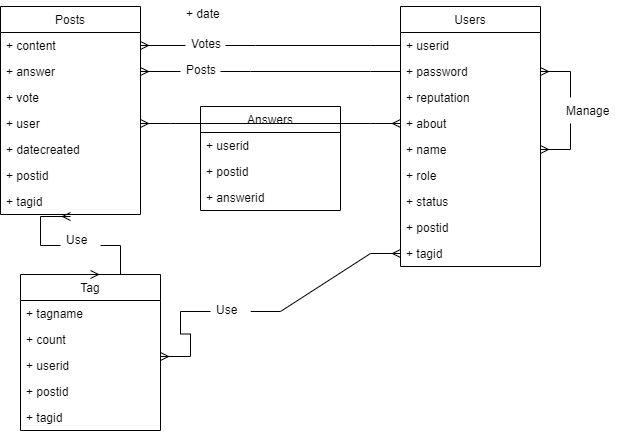
The draw.io diagram Untitled Diagram.drawio.png in dnhaa/QnAPortal, before a commit. Source tidied: cells renumbered, new cells last; positions are measured from the earlier drawing's top-left corner, leaving out a move shared by most shapes.
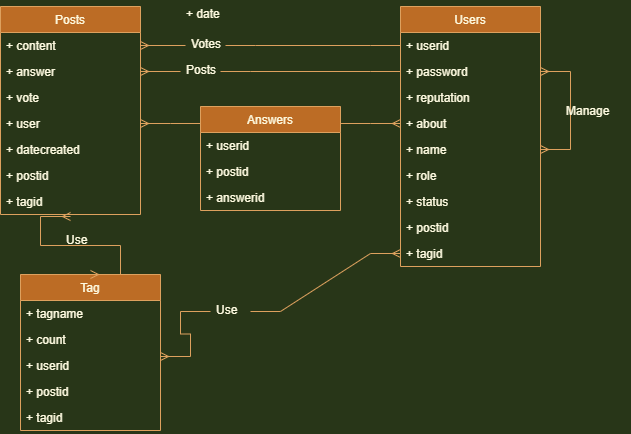
Later version of the same file.

Diff of the diagram source:
```diff
@@ -1,138 +1,138 @@
-<mxGraphModel>
+<mxGraphModel background="#283618">
   <root>
     <mxCell id="0" />
     <mxCell id="1" parent="0" />
-    <mxCell id="2" value="Users" style="swimlane;fontStyle=0;horizontal=1;startSize=26;fillColor=none;" parent="1" vertex="1">
+    <mxCell id="2" value="Users" style="swimlane;fontStyle=0;horizontal=1;startSize=26;fillColor=#BC6C25;strokeColor=#DDA15E;fontColor=#FEFAE0;" parent="1" vertex="1">
       <mxGeometry x="400" y="6" width="140" height="260" as="geometry" />
     </mxCell>
-    <mxCell id="3" value="+ userid" style="text;strokeColor=none;fillColor=none;align=left;verticalAlign=top;spacingLeft=4;spacingRight=4;overflow=hidden;points=[[0,0.5],[1,0.5]];portConstraint=eastwest;" parent="2" vertex="1">
+    <mxCell id="3" value="+ userid" style="text;align=left;verticalAlign=top;spacingLeft=4;spacingRight=4;overflow=hidden;points=[[0,0.5],[1,0.5]];portConstraint=eastwest;fontColor=#FEFAE0;" parent="2" vertex="1">
       <mxGeometry y="26" width="140" height="26" as="geometry" />
     </mxCell>
-    <mxCell id="4" value="+ password" style="text;strokeColor=none;fillColor=none;align=left;verticalAlign=top;spacingLeft=4;spacingRight=4;overflow=hidden;points=[[0,0.5],[1,0.5]];portConstraint=eastwest;" parent="2" vertex="1">
+    <mxCell id="4" value="+ password" style="text;align=left;verticalAlign=top;spacingLeft=4;spacingRight=4;overflow=hidden;points=[[0,0.5],[1,0.5]];portConstraint=eastwest;fontColor=#FEFAE0;" parent="2" vertex="1">
       <mxGeometry y="52" width="140" height="26" as="geometry" />
     </mxCell>
-    <mxCell id="5" value="+ reputation" style="text;strokeColor=none;fillColor=none;align=left;verticalAlign=top;spacingLeft=4;spacingRight=4;overflow=hidden;" parent="2" vertex="1">
+    <mxCell id="5" value="+ reputation" style="text;align=left;verticalAlign=top;spacingLeft=4;spacingRight=4;overflow=hidden;fontColor=#FEFAE0;" parent="2" vertex="1">
       <mxGeometry y="78" width="140" height="26" as="geometry" />
     </mxCell>
-    <mxCell id="6" value="+ about" style="text;strokeColor=none;fillColor=none;align=left;verticalAlign=top;spacingLeft=4;spacingRight=4;overflow=hidden;points=[[0,0.5],[1,0.5]];portConstraint=eastwest;" parent="2" vertex="1">
+    <mxCell id="6" value="+ about" style="text;align=left;verticalAlign=top;spacingLeft=4;spacingRight=4;overflow=hidden;points=[[0,0.5],[1,0.5]];portConstraint=eastwest;fontColor=#FEFAE0;" parent="2" vertex="1">
       <mxGeometry y="104" width="140" height="26" as="geometry" />
     </mxCell>
-    <mxCell id="7" value="+ name" style="text;strokeColor=none;fillColor=none;align=left;verticalAlign=top;spacingLeft=4;spacingRight=4;overflow=hidden;points=[[0,0.5],[1,0.5]];portConstraint=eastwest;" parent="2" vertex="1">
+    <mxCell id="7" value="+ name" style="text;align=left;verticalAlign=top;spacingLeft=4;spacingRight=4;overflow=hidden;points=[[0,0.5],[1,0.5]];portConstraint=eastwest;fontColor=#FEFAE0;" parent="2" vertex="1">
       <mxGeometry y="130" width="140" height="26" as="geometry" />
     </mxCell>
-    <mxCell id="8" value="+ role" style="text;strokeColor=none;fillColor=none;align=left;verticalAlign=top;spacingLeft=4;spacingRight=4;overflow=hidden;" parent="2" vertex="1">
+    <mxCell id="8" value="+ role" style="text;align=left;verticalAlign=top;spacingLeft=4;spacingRight=4;overflow=hidden;fontColor=#FEFAE0;" parent="2" vertex="1">
       <mxGeometry y="156" width="140" height="26" as="geometry" />
     </mxCell>
-    <mxCell id="9" value="+ status" style="text;strokeColor=none;fillColor=none;align=left;verticalAlign=top;spacingLeft=4;spacingRight=4;overflow=hidden;" parent="2" vertex="1">
+    <mxCell id="9" value="+ status" style="text;align=left;verticalAlign=top;spacingLeft=4;spacingRight=4;overflow=hidden;fontColor=#FEFAE0;" parent="2" vertex="1">
       <mxGeometry y="182" width="140" height="26" as="geometry" />
     </mxCell>
-    <mxCell id="10" style="edgeStyle=entityRelationEdgeStyle;fontSize=12;html=1;endArrow=ERmany;startArrow=ERmany;rounded=0;entryX=1;entryY=0.5;entryDx=0;entryDy=0;exitX=1;exitY=0.5;exitDx=0;exitDy=0;" parent="2" edge="1" source="7" target="4">
+    <mxCell id="10" style="edgeStyle=entityRelationEdgeStyle;fontSize=12;html=1;endArrow=ERmany;startArrow=ERmany;rounded=0;entryX=1;entryY=0.5;entryDx=0;entryDy=0;exitX=1;exitY=0.5;exitDx=0;exitDy=0;labelBackgroundColor=#283618;strokeColor=#DDA15E;fontColor=#FEFAE0;" parent="2" edge="1" source="7" target="4">
       <mxGeometry relative="1" as="geometry" />
     </mxCell>
-    <mxCell id="11" value="+ postid" style="text;strokeColor=none;fillColor=none;align=left;verticalAlign=top;spacingLeft=4;spacingRight=4;overflow=hidden;" parent="2" vertex="1">
+    <mxCell id="11" value="+ postid" style="text;align=left;verticalAlign=top;spacingLeft=4;spacingRight=4;overflow=hidden;fontColor=#FEFAE0;" parent="2" vertex="1">
       <mxGeometry y="208" width="140" height="26" as="geometry" />
     </mxCell>
-    <mxCell id="12" value="+ tagid" style="text;strokeColor=none;fillColor=none;align=left;verticalAlign=top;spacingLeft=4;spacingRight=4;overflow=hidden;points=[[0,0.5],[1,0.5]];portConstraint=eastwest;" parent="2" vertex="1">
+    <mxCell id="12" value="+ tagid" style="text;align=left;verticalAlign=top;spacingLeft=4;spacingRight=4;overflow=hidden;points=[[0,0.5],[1,0.5]];portConstraint=eastwest;fontColor=#FEFAE0;" parent="2" vertex="1">
       <mxGeometry y="234" width="140" height="26" as="geometry" />
     </mxCell>
-    <mxCell id="13" value="Manage" style="text;spacingLeft=4;spacingRight=4;overflow=hidden;fontSize=12;strokeColor=none;fillColor=default;" parent="1" vertex="1">
+    <mxCell id="13" value="Manage" style="text;spacingLeft=4;spacingRight=4;overflow=hidden;fontSize=12;fontColor=#FEFAE0;" parent="1" vertex="1">
       <mxGeometry x="560" y="97" width="70" height="26" as="geometry" />
     </mxCell>
-    <mxCell id="14" value="Posts" style="swimlane;fontStyle=0;horizontal=1;startSize=26;fillColor=none;strokeColor=default;" parent="1" vertex="1">
+    <mxCell id="14" value="Posts" style="swimlane;fontStyle=0;horizontal=1;startSize=26;fillColor=#BC6C25;strokeColor=#DDA15E;fontColor=#FEFAE0;" parent="1" vertex="1">
       <mxGeometry y="6" width="140" height="208" as="geometry" />
     </mxCell>
-    <mxCell id="15" value="+ content" style="text;strokeColor=none;fillColor=none;align=left;verticalAlign=top;spacingLeft=4;spacingRight=4;overflow=hidden;points=[[0,0.5],[1,0.5]];portConstraint=eastwest;" parent="14" vertex="1">
+    <mxCell id="15" value="+ content" style="text;align=left;verticalAlign=top;spacingLeft=4;spacingRight=4;overflow=hidden;points=[[0,0.5],[1,0.5]];portConstraint=eastwest;fontColor=#FEFAE0;" parent="14" vertex="1">
       <mxGeometry y="26" width="140" height="26" as="geometry" />
     </mxCell>
-    <mxCell id="16" value="+ answer" style="text;strokeColor=none;fillColor=none;align=left;verticalAlign=top;spacingLeft=4;spacingRight=4;overflow=hidden;points=[[0,0.5],[1,0.5]];portConstraint=eastwest;" parent="14" vertex="1">
+    <mxCell id="16" value="+ answer" style="text;align=left;verticalAlign=top;spacingLeft=4;spacingRight=4;overflow=hidden;points=[[0,0.5],[1,0.5]];portConstraint=eastwest;fontColor=#FEFAE0;" parent="14" vertex="1">
       <mxGeometry y="52" width="140" height="26" as="geometry" />
     </mxCell>
-    <mxCell id="17" value="+ vote" style="text;strokeColor=none;fillColor=none;align=left;verticalAlign=top;spacingLeft=4;spacingRight=4;overflow=hidden;" parent="14" vertex="1">
+    <mxCell id="17" value="+ vote" style="text;align=left;verticalAlign=top;spacingLeft=4;spacingRight=4;overflow=hidden;fontColor=#FEFAE0;" parent="14" vertex="1">
       <mxGeometry y="78" width="140" height="26" as="geometry" />
     </mxCell>
-    <mxCell id="18" value="+ user" style="text;strokeColor=none;fillColor=none;align=left;verticalAlign=top;spacingLeft=4;spacingRight=4;overflow=hidden;points=[[0,0.5],[1,0.5]];portConstraint=eastwest;" parent="14" vertex="1">
+    <mxCell id="18" value="+ user" style="text;align=left;verticalAlign=top;spacingLeft=4;spacingRight=4;overflow=hidden;points=[[0,0.5],[1,0.5]];portConstraint=eastwest;fontColor=#FEFAE0;" parent="14" vertex="1">
       <mxGeometry y="104" width="140" height="26" as="geometry" />
     </mxCell>
-    <mxCell id="19" value="+ datecreated" style="text;strokeColor=none;fillColor=none;align=left;verticalAlign=top;spacingLeft=4;spacingRight=4;overflow=hidden;" parent="14" vertex="1">
+    <mxCell id="19" value="+ datecreated" style="text;align=left;verticalAlign=top;spacingLeft=4;spacingRight=4;overflow=hidden;fontColor=#FEFAE0;" parent="14" vertex="1">
       <mxGeometry y="130" width="140" height="26" as="geometry" />
     </mxCell>
-    <mxCell id="20" value="+ postid" style="text;strokeColor=none;fillColor=none;align=left;verticalAlign=top;spacingLeft=4;spacingRight=4;overflow=hidden;" parent="14" vertex="1">
+    <mxCell id="20" value="+ postid" style="text;align=left;verticalAlign=top;spacingLeft=4;spacingRight=4;overflow=hidden;fontColor=#FEFAE0;" parent="14" vertex="1">
       <mxGeometry y="156" width="140" height="26" as="geometry" />
     </mxCell>
-    <mxCell id="21" value="+ tagid" style="text;strokeColor=none;fillColor=none;align=left;verticalAlign=top;spacingLeft=4;spacingRight=4;overflow=hidden;" parent="14" vertex="1">
+    <mxCell id="21" value="+ tagid" style="text;align=left;verticalAlign=top;spacingLeft=4;spacingRight=4;overflow=hidden;fontColor=#FEFAE0;" parent="14" vertex="1">
       <mxGeometry y="182" width="140" height="26" as="geometry" />
     </mxCell>
-    <mxCell id="22" style="edgeStyle=entityRelationEdgeStyle;fontSize=12;html=1;endArrow=ERmany;rounded=0;exitX=0;exitY=0.5;exitDx=0;exitDy=0;entryX=1;entryY=0.5;entryDx=0;entryDy=0;startArrow=none;" parent="1" edge="1" source="23" target="16">
+    <mxCell id="22" style="edgeStyle=entityRelationEdgeStyle;fontSize=12;html=1;endArrow=ERmany;rounded=0;exitX=0;exitY=0.5;exitDx=0;exitDy=0;entryX=1;entryY=0.5;entryDx=0;entryDy=0;startArrow=none;labelBackgroundColor=#283618;strokeColor=#DDA15E;fontColor=#FEFAE0;" parent="1" edge="1" source="23" target="16">
       <mxGeometry relative="1" as="geometry" />
     </mxCell>
-    <mxCell id="23" value="Posts" style="text;strokeColor=none;fillColor=none;spacingLeft=4;spacingRight=4;overflow=hidden;points=[[0,0.5],[1,0.5]];portConstraint=eastwest;fontSize=12;" parent="1" vertex="1">
+    <mxCell id="23" value="Posts" style="text;spacingLeft=4;spacingRight=4;overflow=hidden;points=[[0,0.5],[1,0.5]];portConstraint=eastwest;fontSize=12;fontColor=#FEFAE0;" parent="1" vertex="1">
       <mxGeometry x="180" y="56" width="40" height="30" as="geometry" />
     </mxCell>
-    <mxCell id="24" style="edgeStyle=entityRelationEdgeStyle;fontSize=12;html=1;endArrow=none;rounded=0;exitX=0;exitY=0.5;exitDx=0;exitDy=0;entryX=1;entryY=0.5;entryDx=0;entryDy=0;" parent="1" edge="1" source="4" target="23">
+    <mxCell id="24" style="edgeStyle=entityRelationEdgeStyle;fontSize=12;html=1;endArrow=none;rounded=0;exitX=0;exitY=0.5;exitDx=0;exitDy=0;entryX=1;entryY=0.5;entryDx=0;entryDy=0;labelBackgroundColor=#283618;strokeColor=#DDA15E;fontColor=#FEFAE0;" parent="1" edge="1" source="4" target="23">
       <mxGeometry relative="1" as="geometry" />
     </mxCell>
-    <mxCell id="25" style="edgeStyle=entityRelationEdgeStyle;fontSize=12;html=1;endArrow=ERmany;startArrow=ERmany;rounded=0;exitX=0;exitY=0.5;exitDx=0;exitDy=0;entryX=1;entryY=0.5;entryDx=0;entryDy=0;" parent="1" edge="1" source="6" target="18">
+    <mxCell id="25" style="edgeStyle=entityRelationEdgeStyle;fontSize=12;html=1;endArrow=ERmany;startArrow=ERmany;rounded=0;exitX=0;exitY=0.5;exitDx=0;exitDy=0;entryX=1;entryY=0.5;entryDx=0;entryDy=0;labelBackgroundColor=#283618;strokeColor=#DDA15E;fontColor=#FEFAE0;" parent="1" edge="1" source="6" target="18">
       <mxGeometry relative="1" as="geometry" />
     </mxCell>
-    <mxCell id="26" style="edgeStyle=entityRelationEdgeStyle;fontSize=12;html=1;endArrow=ERmany;rounded=0;exitX=0;exitY=0.5;exitDx=0;exitDy=0;entryX=1;entryY=0.5;entryDx=0;entryDy=0;startArrow=none;" parent="1" edge="1" source="27" target="15">
+    <mxCell id="26" style="edgeStyle=entityRelationEdgeStyle;fontSize=12;html=1;endArrow=ERmany;rounded=0;exitX=0;exitY=0.5;exitDx=0;exitDy=0;entryX=1;entryY=0.5;entryDx=0;entryDy=0;startArrow=none;labelBackgroundColor=#283618;strokeColor=#DDA15E;fontColor=#FEFAE0;" parent="1" edge="1" source="27" target="15">
       <mxGeometry relative="1" as="geometry" />
     </mxCell>
-    <mxCell id="27" value="Votes" style="text;strokeColor=none;fillColor=none;spacingLeft=4;spacingRight=4;overflow=hidden;points=[[0,0.5],[1,0.5]];portConstraint=eastwest;fontSize=12;" parent="1" vertex="1">
+    <mxCell id="27" value="Votes" style="text;spacingLeft=4;spacingRight=4;overflow=hidden;points=[[0,0.5],[1,0.5]];portConstraint=eastwest;fontSize=12;fontColor=#FEFAE0;" parent="1" vertex="1">
       <mxGeometry x="185" y="30" width="40" height="30" as="geometry" />
     </mxCell>
-    <mxCell id="28" style="edgeStyle=entityRelationEdgeStyle;fontSize=12;html=1;endArrow=none;rounded=0;exitX=0;exitY=0.5;exitDx=0;exitDy=0;entryX=1;entryY=0.5;entryDx=0;entryDy=0;" parent="1" edge="1" source="3" target="27">
+    <mxCell id="28" style="edgeStyle=entityRelationEdgeStyle;fontSize=12;html=1;endArrow=none;rounded=0;exitX=0;exitY=0.5;exitDx=0;exitDy=0;entryX=1;entryY=0.5;entryDx=0;entryDy=0;labelBackgroundColor=#283618;strokeColor=#DDA15E;fontColor=#FEFAE0;" parent="1" edge="1" source="3" target="27">
       <mxGeometry relative="1" as="geometry" />
     </mxCell>
-    <mxCell id="29" value="Tag" style="swimlane;fontStyle=0;horizontal=1;startSize=26;fillColor=none;strokeColor=default;" parent="1" vertex="1">
+    <mxCell id="29" value="Tag" style="swimlane;fontStyle=0;horizontal=1;startSize=26;fillColor=#BC6C25;strokeColor=#DDA15E;fontColor=#FEFAE0;" parent="1" vertex="1">
       <mxGeometry x="20" y="274" width="140" height="156" as="geometry" />
     </mxCell>
-    <mxCell id="30" value="+ tagname" style="text;strokeColor=none;fillColor=none;align=left;verticalAlign=top;spacingLeft=4;spacingRight=4;overflow=hidden;" parent="29" vertex="1">
+    <mxCell id="30" value="+ tagname" style="text;align=left;verticalAlign=top;spacingLeft=4;spacingRight=4;overflow=hidden;fontColor=#FEFAE0;" parent="29" vertex="1">
       <mxGeometry y="26" width="140" height="26" as="geometry" />
     </mxCell>
-    <mxCell id="31" value="+ count" style="text;strokeColor=none;fillColor=none;align=left;verticalAlign=top;spacingLeft=4;spacingRight=4;overflow=hidden;" parent="29" vertex="1">
+    <mxCell id="31" value="+ count" style="text;align=left;verticalAlign=top;spacingLeft=4;spacingRight=4;overflow=hidden;fontColor=#FEFAE0;" parent="29" vertex="1">
       <mxGeometry y="52" width="140" height="26" as="geometry" />
     </mxCell>
-    <mxCell id="32" value="+ userid" style="text;strokeColor=none;fillColor=none;align=left;verticalAlign=top;spacingLeft=4;spacingRight=4;overflow=hidden;" parent="29" vertex="1">
+    <mxCell id="32" value="+ userid" style="text;align=left;verticalAlign=top;spacingLeft=4;spacingRight=4;overflow=hidden;fontColor=#FEFAE0;" parent="29" vertex="1">
       <mxGeometry y="78" width="140" height="26" as="geometry" />
     </mxCell>
-    <mxCell id="33" value="+ postid" style="text;strokeColor=none;fillColor=none;align=left;verticalAlign=top;spacingLeft=4;spacingRight=4;overflow=hidden;" parent="29" vertex="1">
+    <mxCell id="33" value="+ postid" style="text;align=left;verticalAlign=top;spacingLeft=4;spacingRight=4;overflow=hidden;fontColor=#FEFAE0;" parent="29" vertex="1">
       <mxGeometry y="104" width="140" height="26" as="geometry" />
     </mxCell>
-    <mxCell id="34" value="+ tagid" style="text;strokeColor=none;fillColor=none;align=left;verticalAlign=top;spacingLeft=4;spacingRight=4;overflow=hidden;" parent="29" vertex="1">
+    <mxCell id="34" value="+ tagid" style="text;align=left;verticalAlign=top;spacingLeft=4;spacingRight=4;overflow=hidden;fontColor=#FEFAE0;" parent="29" vertex="1">
       <mxGeometry y="130" width="140" height="26" as="geometry" />
     </mxCell>
-    <mxCell id="35" style="edgeStyle=entityRelationEdgeStyle;fontSize=12;html=1;endArrow=ERmany;startArrow=none;rounded=0;entryX=0;entryY=0.5;entryDx=0;entryDy=0;" parent="1" edge="1" source="36" target="12">
+    <mxCell id="35" style="edgeStyle=entityRelationEdgeStyle;fontSize=12;html=1;endArrow=ERmany;startArrow=none;rounded=0;entryX=0;entryY=0.5;entryDx=0;entryDy=0;labelBackgroundColor=#283618;strokeColor=#DDA15E;fontColor=#FEFAE0;" parent="1" edge="1" source="36" target="12">
       <mxGeometry relative="1" as="geometry" />
     </mxCell>
-    <mxCell id="36" value="Use" style="text;strokeColor=none;fillColor=default;spacingLeft=4;spacingRight=4;overflow=hidden;points=[[0,0.5],[1,0.5]];portConstraint=eastwest;fontSize=12;" parent="1" vertex="1">
+    <mxCell id="36" value="Use" style="text;spacingLeft=4;spacingRight=4;overflow=hidden;points=[[0,0.5],[1,0.5]];portConstraint=eastwest;fontSize=12;fontColor=#FEFAE0;" parent="1" vertex="1">
       <mxGeometry x="210" y="296" width="40" height="30" as="geometry" />
     </mxCell>
-    <mxCell id="37" style="edgeStyle=entityRelationEdgeStyle;fontSize=12;html=1;endArrow=none;startArrow=ERmany;rounded=0;entryX=0;entryY=0.5;entryDx=0;entryDy=0;" parent="1" edge="1" target="36">
+    <mxCell id="37" style="edgeStyle=entityRelationEdgeStyle;fontSize=12;html=1;endArrow=none;startArrow=ERmany;rounded=0;entryX=0;entryY=0.5;entryDx=0;entryDy=0;labelBackgroundColor=#283618;strokeColor=#DDA15E;fontColor=#FEFAE0;" parent="1" edge="1" target="36">
       <mxGeometry relative="1" as="geometry">
         <mxPoint x="160" y="356" as="sourcePoint" />
       </mxGeometry>
     </mxCell>
-    <mxCell id="38" style="edgeStyle=entityRelationEdgeStyle;fontSize=12;html=1;endArrow=ERmany;startArrow=ERmany;rounded=0;exitX=0.5;exitY=0;exitDx=0;exitDy=0;" parent="1" edge="1" source="29">
+    <mxCell id="38" style="edgeStyle=entityRelationEdgeStyle;fontSize=12;html=1;endArrow=ERmany;startArrow=ERmany;rounded=0;exitX=0.5;exitY=0;exitDx=0;exitDy=0;labelBackgroundColor=#283618;strokeColor=#DDA15E;fontColor=#FEFAE0;" parent="1" edge="1" source="29">
       <mxGeometry relative="1" as="geometry">
         <mxPoint x="70" y="216" as="targetPoint" />
       </mxGeometry>
     </mxCell>
-    <mxCell id="39" value="Use" style="text;strokeColor=none;fillColor=default;spacingLeft=4;spacingRight=4;overflow=hidden;fontSize=12;" parent="1" vertex="1">
+    <mxCell id="39" value="Use" style="text;spacingLeft=4;spacingRight=4;overflow=hidden;fontSize=12;fontColor=#FEFAE0;" parent="1" vertex="1">
       <mxGeometry x="60" y="226" width="40" height="30" as="geometry" />
     </mxCell>
-    <mxCell id="40" value="+ date" style="text;strokeColor=none;fillColor=none;spacingLeft=4;spacingRight=4;overflow=hidden;fontSize=12;" parent="1" vertex="1">
+    <mxCell id="40" value="+ date" style="text;spacingLeft=4;spacingRight=4;overflow=hidden;fontSize=12;fontColor=#FEFAE0;" parent="1" vertex="1">
       <mxGeometry x="180" width="140" height="30" as="geometry" />
     </mxCell>
-    <mxCell id="41" value="Answers" style="swimlane;fontStyle=0;horizontal=1;startSize=26;fillColor=none;strokeColor=default;" parent="1" vertex="1">
+    <mxCell id="41" value="Answers" style="swimlane;fontStyle=0;horizontal=1;startSize=26;fillColor=#BC6C25;strokeColor=#DDA15E;fontColor=#FEFAE0;" parent="1" vertex="1">
       <mxGeometry x="200" y="106" width="140" height="104" as="geometry" />
     </mxCell>
-    <mxCell id="42" value="+ userid" style="text;strokeColor=none;fillColor=none;align=left;verticalAlign=top;spacingLeft=4;spacingRight=4;overflow=hidden;" parent="41" vertex="1">
+    <mxCell id="42" value="+ userid" style="text;align=left;verticalAlign=top;spacingLeft=4;spacingRight=4;overflow=hidden;fontColor=#FEFAE0;" parent="41" vertex="1">
       <mxGeometry y="26" width="140" height="26" as="geometry" />
     </mxCell>
-    <mxCell id="43" value="+ postid" style="text;strokeColor=none;fillColor=none;align=left;verticalAlign=top;spacingLeft=4;spacingRight=4;overflow=hidden;" parent="41" vertex="1">
+    <mxCell id="43" value="+ postid" style="text;align=left;verticalAlign=top;spacingLeft=4;spacingRight=4;overflow=hidden;fontColor=#FEFAE0;" parent="41" vertex="1">
       <mxGeometry y="52" width="140" height="26" as="geometry" />
     </mxCell>
-    <mxCell id="44" value="+ answerid" style="text;strokeColor=none;fillColor=none;align=left;verticalAlign=top;spacingLeft=4;spacingRight=4;overflow=hidden;" parent="41" vertex="1">
+    <mxCell id="44" value="+ answerid" style="text;align=left;verticalAlign=top;spacingLeft=4;spacingRight=4;overflow=hidden;fontColor=#FEFAE0;" parent="41" vertex="1">
       <mxGeometry y="78" width="140" height="26" as="geometry" />
     </mxCell>
   </root>
```
